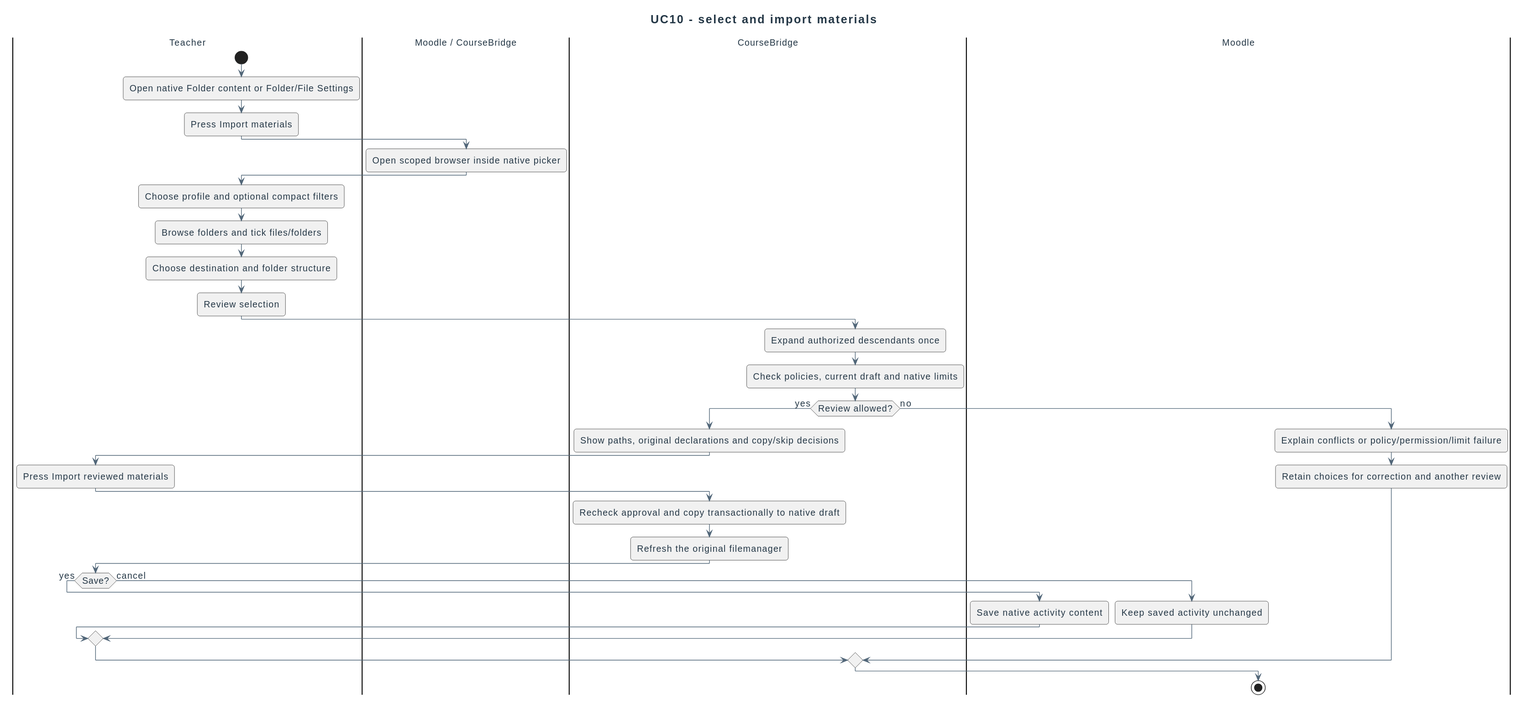
didactika/moodle-local_coursefiles keeps this PlantUML diagram as docs/diagrams/requirements/use-case-details/uc10-select-materials.svg. Above is the earlier version.
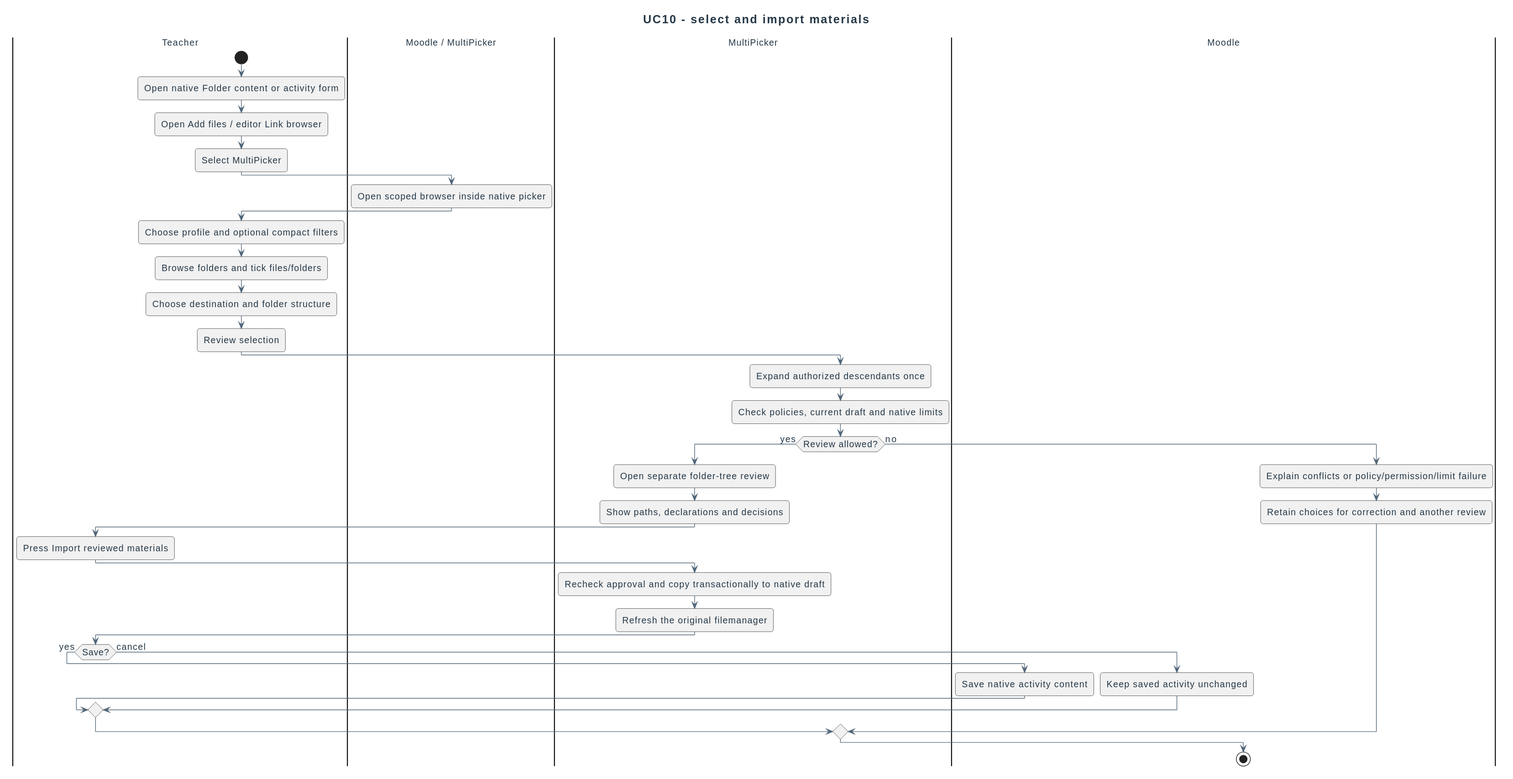
The same file after the commit.

The edit, as a diff of the source:
```diff
@@ -3,23 +3,25 @@
 title UC10 - select and import materials
 |Teacher|
 start
-:Open native Folder content or Folder/File Settings;
-:Press Import materials;
-|Moodle / CourseBridge|
+:Open native Folder content or activity form;
+:Open Add files / editor Link browser;
+:Select MultiPicker;
+|Moodle / MultiPicker|
 :Open scoped browser inside native picker;
 |Teacher|
 :Choose profile and optional compact filters;
 :Browse folders and tick files/folders;
 :Choose destination and folder structure;
 :Review selection;
-|CourseBridge|
+|MultiPicker|
 :Expand authorized descendants once;
 :Check policies, current draft and native limits;
 if (Review allowed?) then (yes)
- :Show paths, original declarations and copy/skip decisions;
+ :Open separate folder-tree review;
+:Show paths, declarations and decisions;
  |Teacher|
  :Press Import reviewed materials;
- |CourseBridge|
+ |MultiPicker|
  :Recheck approval and copy transactionally to native draft;
  :Refresh the original filemanager;
  |Teacher|
```
